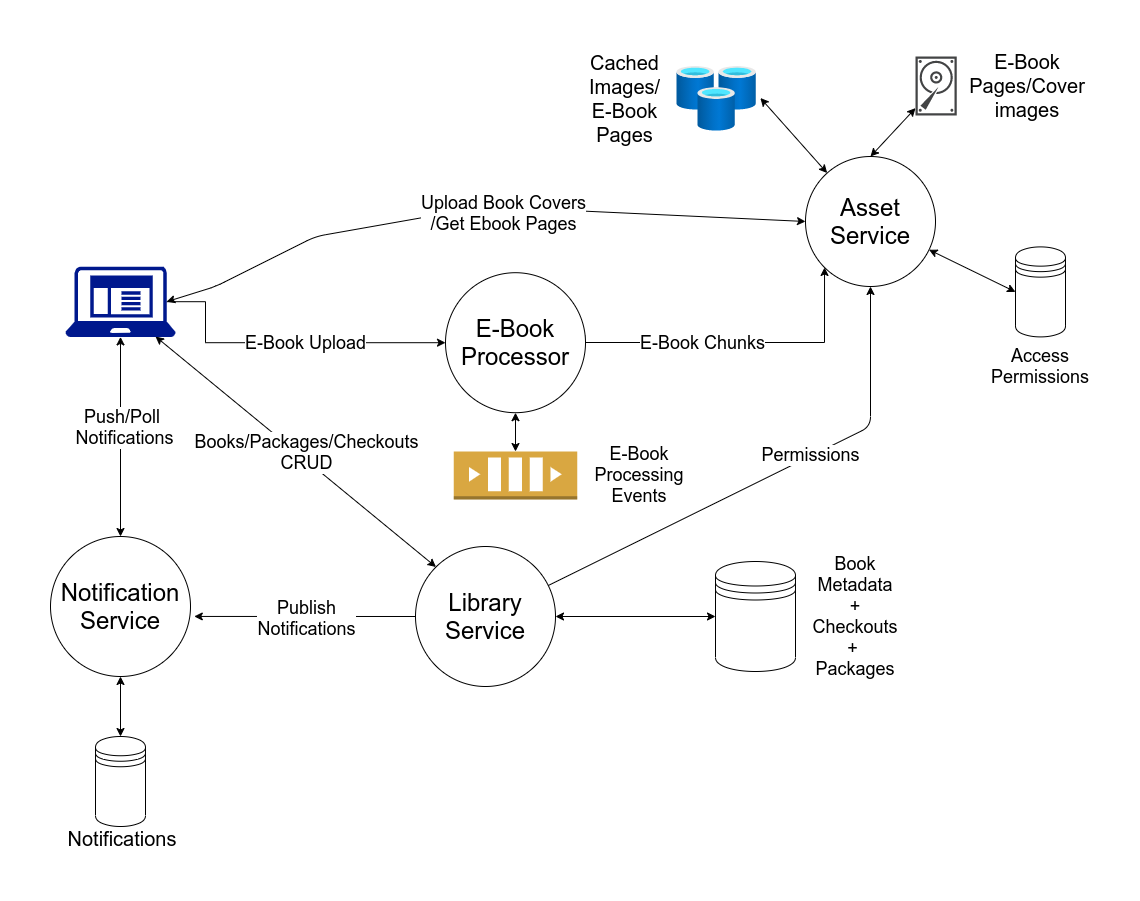
The draw.io diagram architectural_diagram.png in SujanKumarMitra/e-library, before a commit. Source tidied: cells renumbered, new cells last; positions are measured from the earlier drawing's top-left corner, leaving out a move shared by most shapes.
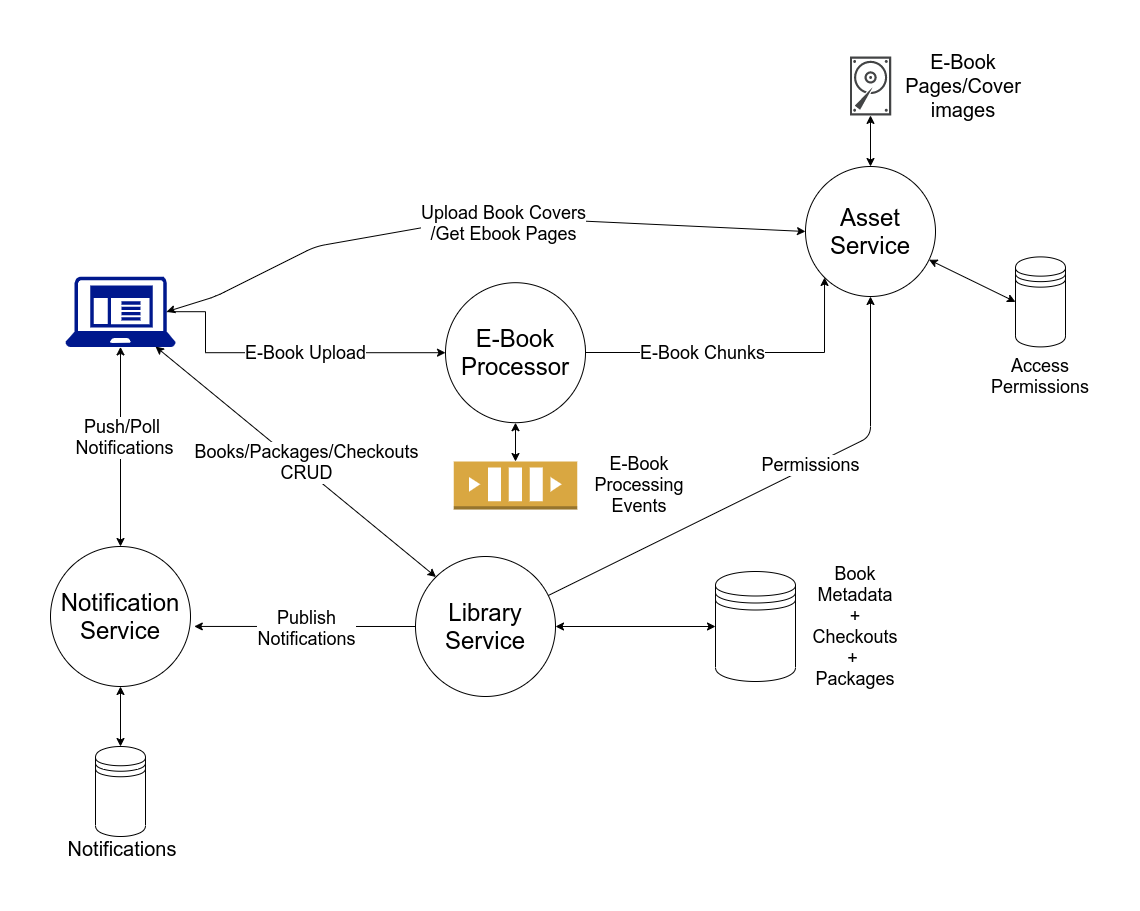
Above is the later version.

Commit message:
update architecture diagram

caching won't be added in asset service

The edit, as a diff of the source:
```diff
@@ -12,13 +12,10 @@
       <mxGeometry y="480" width="140" height="140" as="geometry" />
     </mxCell>
     <mxCell id="5" style="sketch=0;shadow=0;dashed=0;html=1;strokeColor=none;fillColor=#434445;labelPosition=center;verticalLabelPosition=bottom;verticalAlign=top;align=center;outlineConnect=0;shape=mxgraph.vvd.disk;" parent="1" vertex="1">
-      <mxGeometry x="865" width="41.2" height="58.9" as="geometry" />
+      <mxGeometry x="799.4" y="-10" width="41.2" height="58.9" as="geometry" />
     </mxCell>
-    <mxCell id="6" value="&lt;font style=&quot;font-size: 20px&quot;&gt;Cached Images/ E-Book Pages&lt;br&gt;&lt;/font&gt;" style="text;html=1;strokeColor=none;fillColor=none;align=center;verticalAlign=middle;whiteSpace=wrap;rounded=0;" parent="1" vertex="1">
-      <mxGeometry x="526.8" y="32.3" width="95" height="20" as="geometry" />
-    </mxCell>
     <mxCell id="7" value="&lt;font style=&quot;font-size: 20px&quot;&gt;E-Book Pages/Cover images&lt;/font&gt;" style="text;html=1;strokeColor=none;fillColor=none;align=center;verticalAlign=middle;whiteSpace=wrap;rounded=0;" parent="1" vertex="1">
-      <mxGeometry x="925" y="19.5" width="104" height="20" as="geometry" />
+      <mxGeometry x="861" y="9.5" width="104" height="20" as="geometry" />
     </mxCell>
     <mxCell id="8" style="shape=datastore;whiteSpace=wrap;html=1;" parent="1" vertex="1">
       <mxGeometry x="665" y="505" width="80" height="110" as="geometry" />
@@ -26,9 +23,6 @@
     <mxCell id="9" style="shape=datastore;whiteSpace=wrap;html=1;" parent="1" vertex="1">
       <mxGeometry x="45" y="680" width="50" height="90" as="geometry" />
     </mxCell>
-    <mxCell id="10" style="html=1;points=[];align=center;image;fontSize=12;image=img/lib/azure2/databases/Cache_Redis.svg;" parent="1" vertex="1">
-      <mxGeometry x="626.4" y="10" width="79.5" height="64.6" as="geometry" />
-    </mxCell>
     <mxCell id="11" value="&lt;font style=&quot;font-size: 20px&quot;&gt;Notifications&lt;br&gt;&lt;/font&gt;" style="text;html=1;strokeColor=none;fillColor=none;align=center;verticalAlign=middle;whiteSpace=wrap;rounded=0;" parent="1" vertex="1">
       <mxGeometry x="52" y="772" width="40" height="20" as="geometry" />
     </mxCell>
@@ -75,9 +69,6 @@
         <mxPoint x="37" as="offset" />
       </mxGeometry>
     </mxCell>
-    <mxCell id="19" style="endArrow=classic;startArrow=classic;html=1;fontSize=18;entryX=1.051;entryY=0.488;entryDx=0;entryDy=0;entryPerimeter=0;" parent="1" edge="1" source="3" target="10">
-      <mxGeometry relative="1" as="geometry" />
-    </mxCell>
     <mxCell id="20" style="endArrow=classic;startArrow=classic;html=1;fontSize=18;exitX=0.5;exitY=0;exitDx=0;exitDy=0;" parent="1" edge="1" source="3" target="5">
       <mxGeometry relative="1" as="geometry" />
     </mxCell>
@@ -131,8 +122,11 @@
     <mxCell id="34" style="sketch=0;shadow=0;dashed=0;html=1;strokeColor=none;labelPosition=center;verticalLabelPosition=bottom;verticalAlign=top;align=center;fillColor=#00188D;shape=mxgraph.mscae.enterprise.client_application;fontSize=18;" parent="1" vertex="1">
       <mxGeometry x="15" y="210" width="110" height="70.4" as="geometry" />
     </mxCell>
-    <mxCell id="35" style="edgeStyle=orthogonalEdgeStyle;rounded=0;orthogonalLoop=1;jettySize=auto;html=1;exitX=0.5;exitY=1;exitDx=0;exitDy=0;fontSize=17;" parent="1" edge="1" source="6" target="6">
-      <mxGeometry relative="1" as="geometry" />
+    <mxCell id="35" style="edgeStyle=orthogonalEdgeStyle;rounded=0;orthogonalLoop=1;jettySize=auto;html=1;exitX=0.5;exitY=1;exitDx=0;exitDy=0;fontSize=17;" parent="1" edge="1">
+      <mxGeometry relative="1" as="geometry">
+        <mxPoint x="574.2" y="52.3" as="sourcePoint" />
+        <mxPoint x="574.2" y="52.3" as="targetPoint" />
+      </mxGeometry>
     </mxCell>
     <mxCell id="36" style="shape=datastore;whiteSpace=wrap;html=1;" parent="1" vertex="1">
       <mxGeometry x="965" y="190.4" width="50" height="90" as="geometry" />
```
